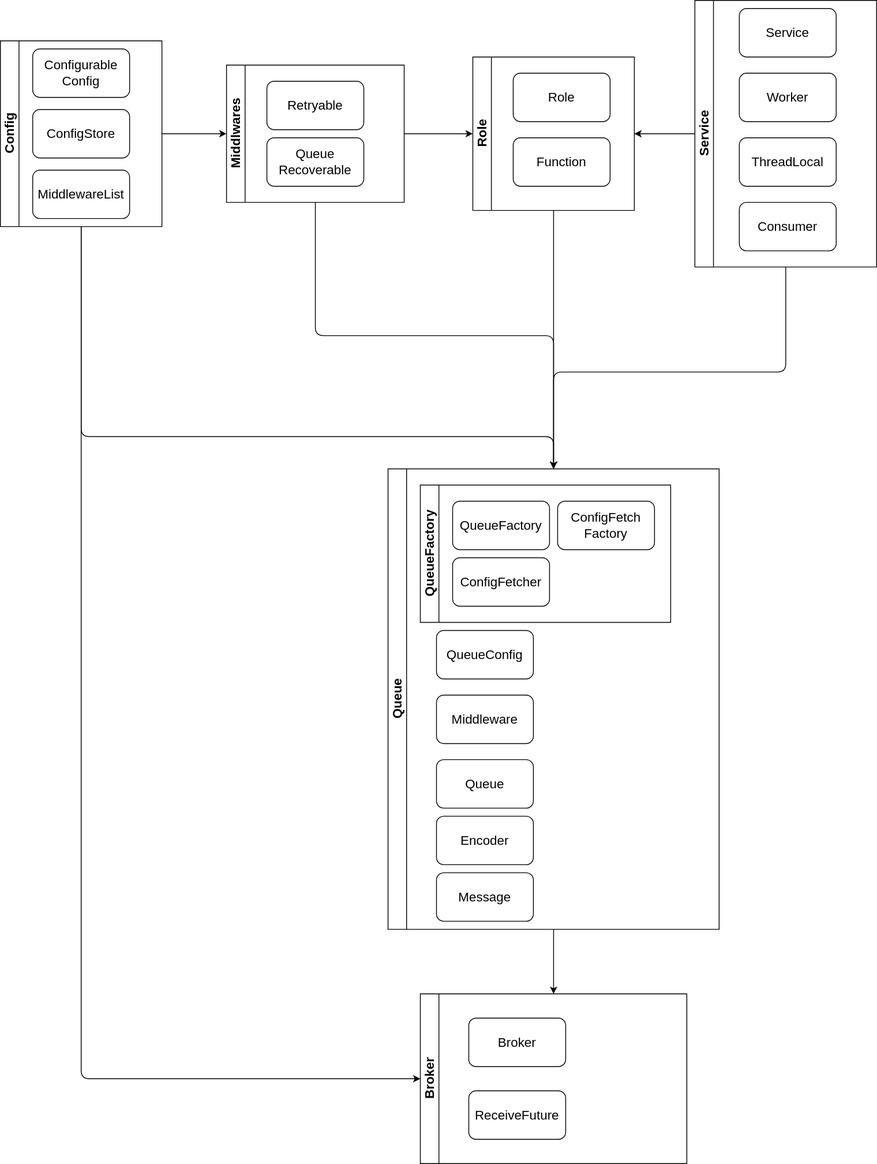
Before: arch.drawio.svg, a diagram exported from draw.io (GitterRemote/rolecraft). Source tidied: cells renumbered, new cells last; positions are measured from the earlier drawing's top-left corner, leaving out a move shared by most shapes.
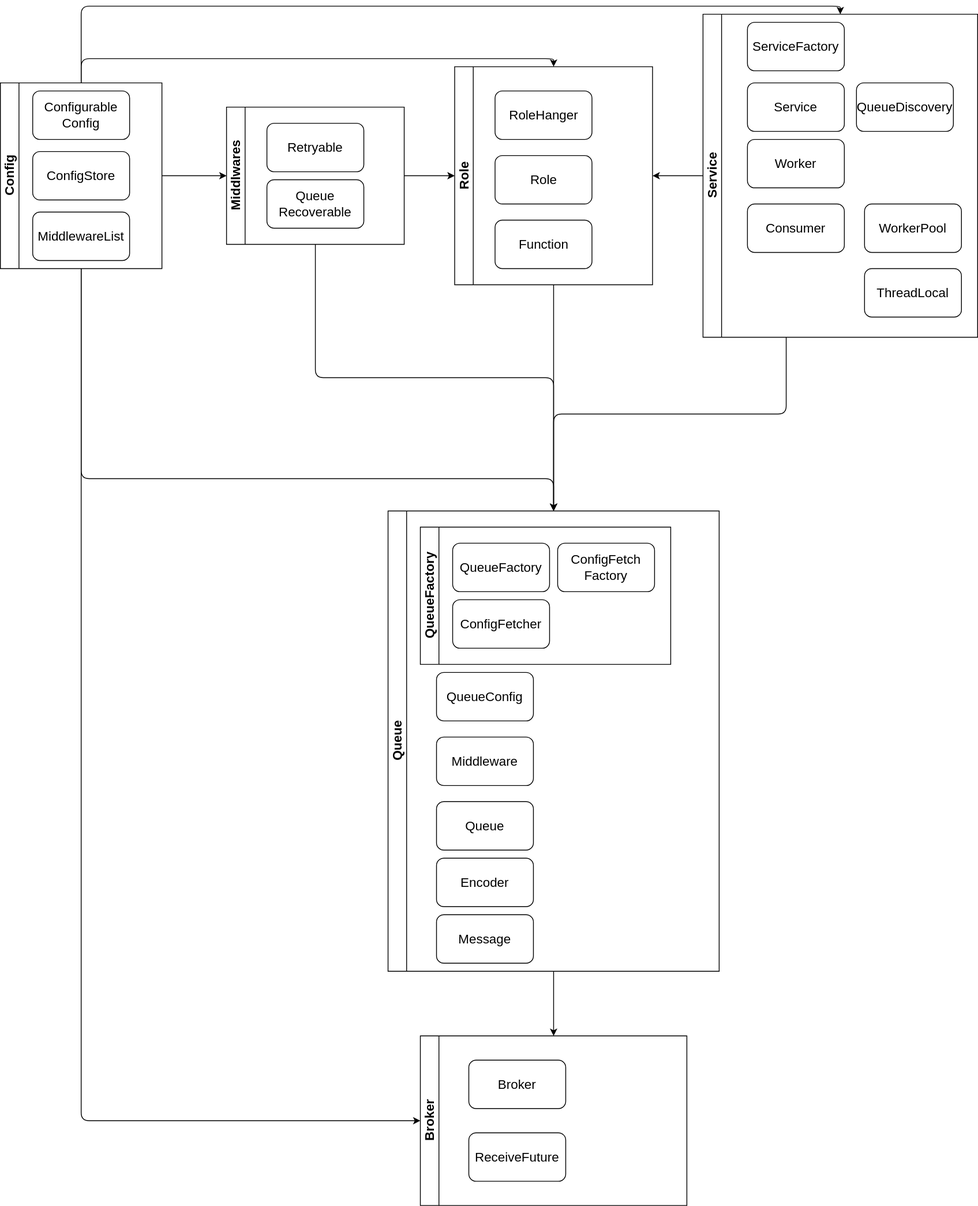
Later version of the same file.

Commit message:
update arch diagram

Change to the diagram source:
```diff
@@ -62,32 +62,44 @@
       <mxGeometry relative="1" as="geometry" />
     </mxCell>
     <mxCell id="20" value="Service" style="swimlane;horizontal=0;whiteSpace=wrap;html=1;fontSize=16;startSize=23;" parent="1" vertex="1">
-      <mxGeometry x="860" width="225" height="330" as="geometry" />
+      <mxGeometry x="870" y="-35" width="340" height="400" as="geometry" />
     </mxCell>
     <mxCell id="21" value="ThreadLocal" style="rounded=1;whiteSpace=wrap;html=1;fontSize=16;" parent="20" vertex="1">
-      <mxGeometry x="55" y="170" width="120" height="60" as="geometry" />
+      <mxGeometry x="200" y="315" width="120" height="60" as="geometry" />
     </mxCell>
     <mxCell id="22" value="Worker" style="rounded=1;whiteSpace=wrap;html=1;fontSize=16;" parent="20" vertex="1">
-      <mxGeometry x="55" y="90" width="120" height="60" as="geometry" />
+      <mxGeometry x="55" y="155" width="120" height="60" as="geometry" />
     </mxCell>
-    <mxCell id="23" value="Service" style="rounded=1;whiteSpace=wrap;html=1;fontSize=16;" parent="20" vertex="1">
+    <mxCell id="23" value="ServiceFactory" style="rounded=1;whiteSpace=wrap;html=1;fontSize=16;" parent="20" vertex="1">
       <mxGeometry x="55" y="10" width="120" height="60" as="geometry" />
     </mxCell>
     <mxCell id="24" value="Consumer" style="rounded=1;whiteSpace=wrap;html=1;fontSize=16;" parent="20" vertex="1">
-      <mxGeometry x="55" y="250" width="120" height="60" as="geometry" />
+      <mxGeometry x="55" y="235" width="120" height="60" as="geometry" />
     </mxCell>
+    <mxCell id="39" value="Service" style="rounded=1;whiteSpace=wrap;html=1;fontSize=16;" parent="20" vertex="1">
+      <mxGeometry x="55" y="85" width="120" height="60" as="geometry" />
+    </mxCell>
+    <mxCell id="40" value="QueueDiscovery" style="rounded=1;whiteSpace=wrap;html=1;fontSize=16;" parent="20" vertex="1">
+      <mxGeometry x="190" y="85" width="120" height="60" as="geometry" />
+    </mxCell>
+    <mxCell id="41" value="WorkerPool" style="rounded=1;whiteSpace=wrap;html=1;fontSize=16;" parent="20" vertex="1">
+      <mxGeometry x="200" y="235" width="120" height="60" as="geometry" />
+    </mxCell>
     <mxCell id="25" style="edgeStyle=orthogonalEdgeStyle;html=1;entryX=0.5;entryY=0;entryDx=0;entryDy=0;" parent="1" edge="1" source="26" target="3">
       <mxGeometry relative="1" as="geometry" />
     </mxCell>
     <mxCell id="26" value="Role" style="swimlane;horizontal=0;whiteSpace=wrap;html=1;fontSize=16;" parent="1" vertex="1">
-      <mxGeometry x="585" y="70" width="200" height="190" as="geometry" />
+      <mxGeometry x="562.5" y="30" width="245" height="270" as="geometry" />
     </mxCell>
     <mxCell id="27" value="Role" style="rounded=1;whiteSpace=wrap;html=1;fontSize=16;" parent="26" vertex="1">
-      <mxGeometry x="50" y="20" width="120" height="60" as="geometry" />
+      <mxGeometry x="50" y="110" width="120" height="60" as="geometry" />
     </mxCell>
     <mxCell id="28" value="Function" style="rounded=1;whiteSpace=wrap;html=1;fontSize=16;" parent="26" vertex="1">
-      <mxGeometry x="50" y="100" width="120" height="60" as="geometry" />
+      <mxGeometry x="50" y="190" width="120" height="60" as="geometry" />
     </mxCell>
+    <mxCell id="42" value="RoleHanger" style="rounded=1;whiteSpace=wrap;html=1;fontSize=16;" parent="26" vertex="1">
+      <mxGeometry x="50" y="30" width="120" height="60" as="geometry" />
+    </mxCell>
     <mxCell id="29" value="Broker" style="swimlane;horizontal=0;whiteSpace=wrap;html=1;fontSize=16;" parent="1" vertex="1">
       <mxGeometry x="520" y="1230" width="330" height="210" as="geometry" />
     </mxCell>
@@ -115,6 +127,22 @@
         </Array>
       </mxGeometry>
     </mxCell>
+    <mxCell id="43" style="edgeStyle=orthogonalEdgeStyle;html=1;entryX=0.5;entryY=0;entryDx=0;entryDy=0;" parent="1" edge="1" source="35" target="26">
+      <mxGeometry relative="1" as="geometry">
+        <Array as="points">
+          <mxPoint x="100" y="20" />
+          <mxPoint x="685" y="20" />
+        </Array>
+      </mxGeometry>
+    </mxCell>
+    <mxCell id="44" style="edgeStyle=orthogonalEdgeStyle;html=1;entryX=0.5;entryY=0;entryDx=0;entryDy=0;" parent="1" edge="1" source="35" target="20">
+      <mxGeometry relative="1" as="geometry">
+        <Array as="points">
+          <mxPoint x="100" y="-45" />
+          <mxPoint x="1040" y="-45" />
+        </Array>
+      </mxGeometry>
+    </mxCell>
     <mxCell id="35" value="Config" style="swimlane;horizontal=0;whiteSpace=wrap;html=1;fontSize=16;" parent="1" vertex="1">
       <mxGeometry y="50" width="200" height="230" as="geometry" />
     </mxCell>
```
